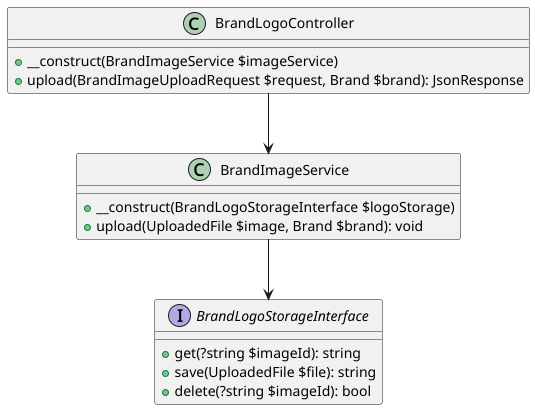
The PlantUML diagram docs/uml/modules/brand/logo_feature/brand_logo.png in BackLoveEnd/Expelliarmus-Market, before a commit.
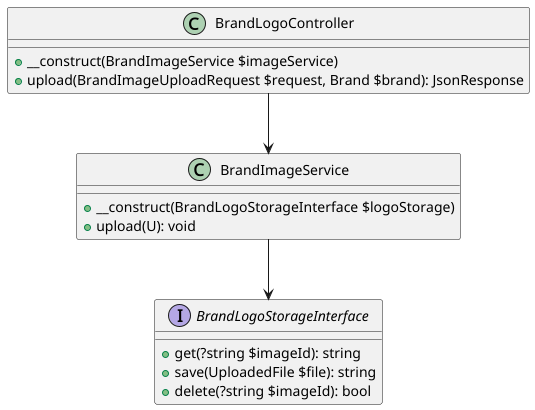
Later version of the same file.

The edit, as a diff of the source:
```diff
@@ -6,7 +6,7 @@
 
 class BrandImageService {
     + __construct(BrandLogoStorageInterface $logoStorage)
-    + upload(UploadedFile $image, Brand $brand): void
+    + upload(U): void
 }
 
 interface BrandLogoStorageInterface {
```
